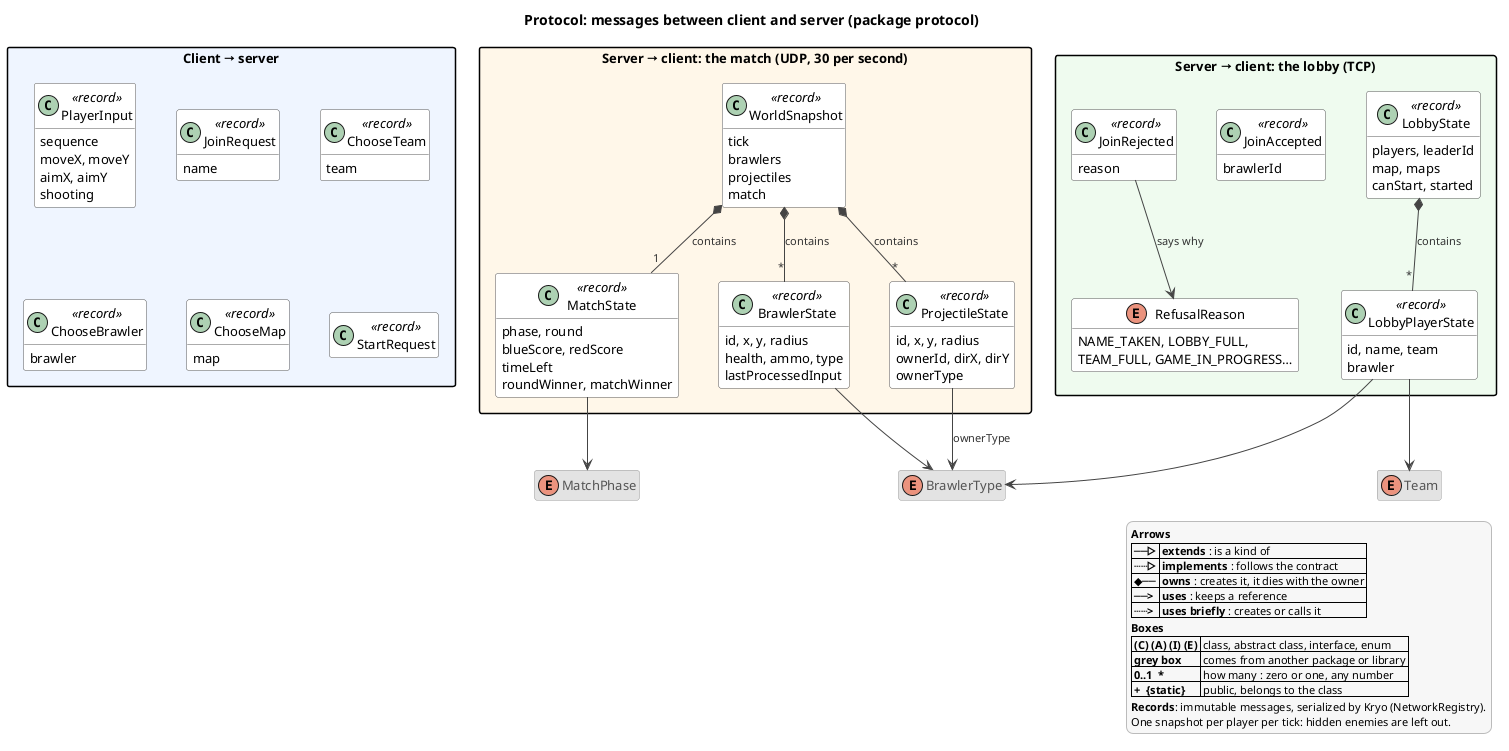
louispouillet/2dgame keeps this PlantUML diagram as docs/uml/protocol.png. Above is the earlier version.
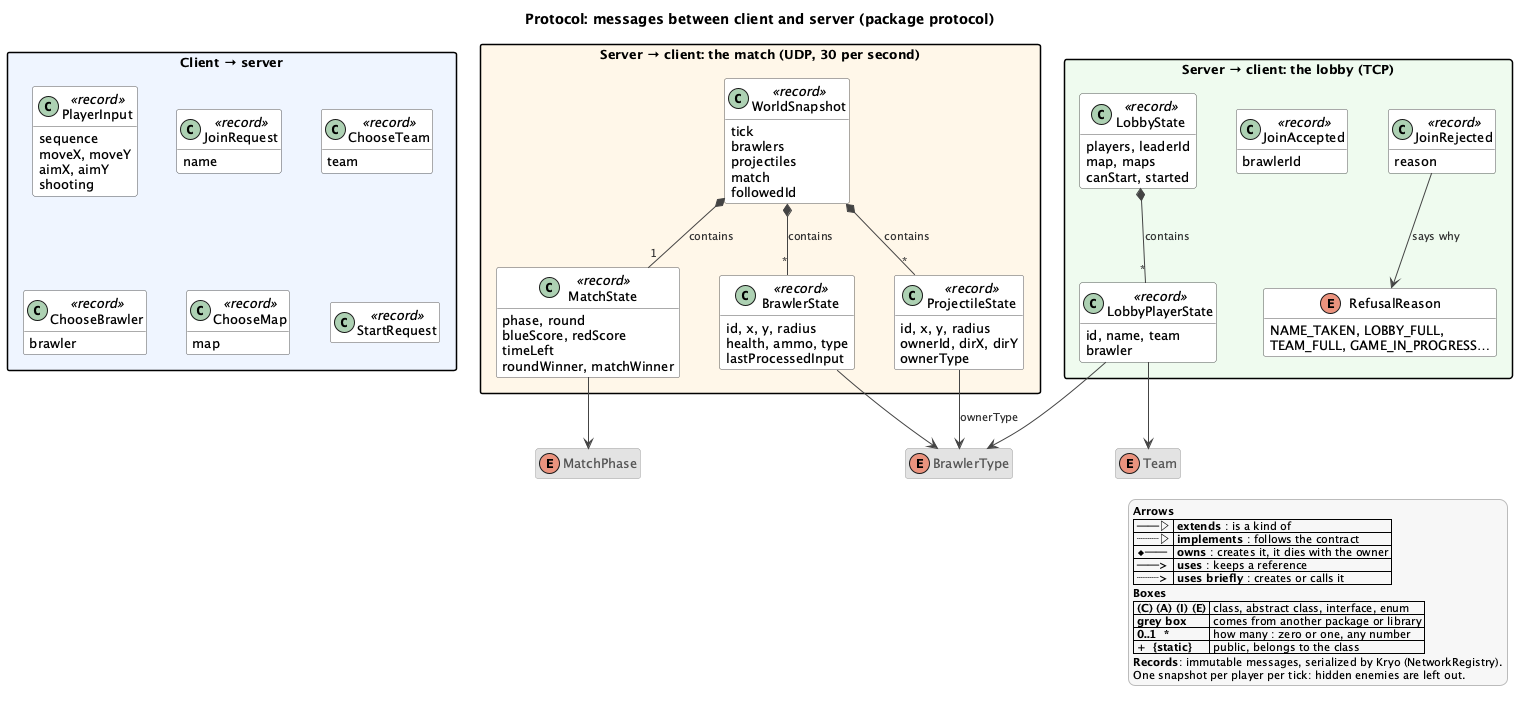
The same file after the commit.

The edit, as a diff of the source:
```diff
@@ -30,6 +30,7 @@
         brawlers
         projectiles
         match
+        followedId
     }
     class BrawlerState <<record>> {
         id, x, y, radius
```
